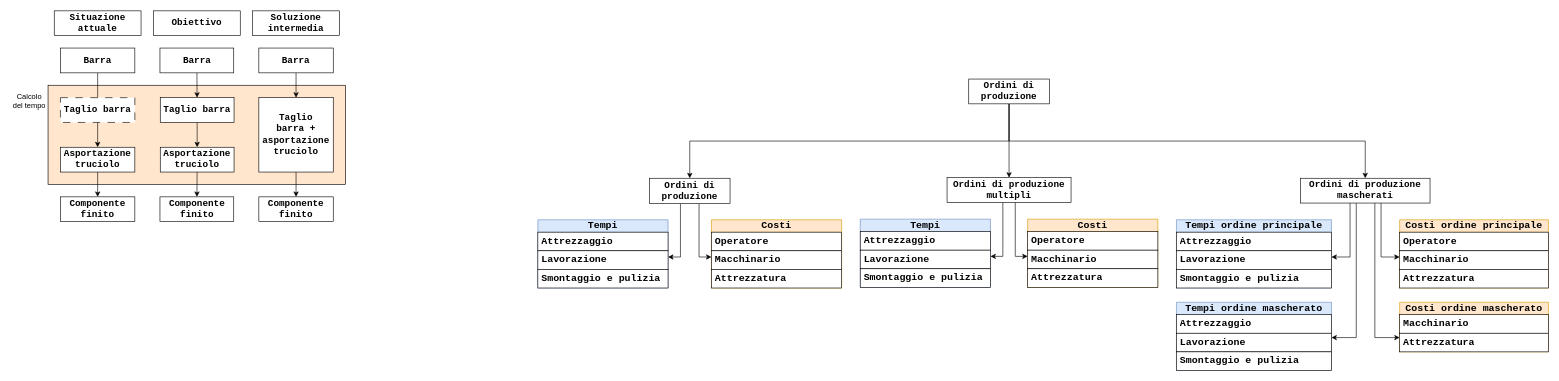
Before: page "Analisi costi" (7 of 7) of documenti/flusso informativo.drawio in GiorgioAlessandria/Avanzamenti_produzione, a draw.io diagram. Source tidied: cells renumbered, new cells numbered last; positions are measured from the earlier drawing's top-left corner, leaving out a move shared by most shapes. Both pictures are drawn from the tidied source at 62%, with x=0, y=0 at pixel (11, 11).
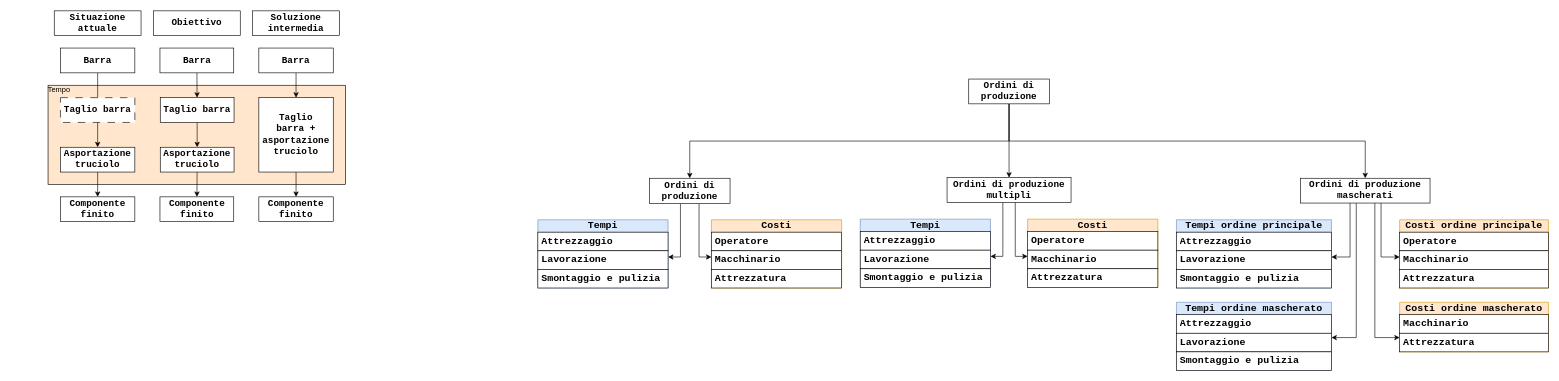
The same diagram, later.

Diff of the diagram source:
```diff
@@
-    <mxCell id="70" value="Calcolo del tempo" style="text;html=1;whiteSpace=wrap;strokeColor=none;fillColor=none;align=center;verticalAlign=middle;rounded=0;" parent="1" vertex="1">
-      <mxGeometry y="120" width="60" height="50" as="geometry" />
+    <mxCell id="70" value="Tempo" style="text;html=1;whiteSpace=wrap;strokeColor=none;fillColor=none;align=center;verticalAlign=middle;rounded=0;" parent="1" vertex="1">
+      <mxGeometry x="58" y="118" width="40" height="20" as="geometry" />
     </mxCell>
```
